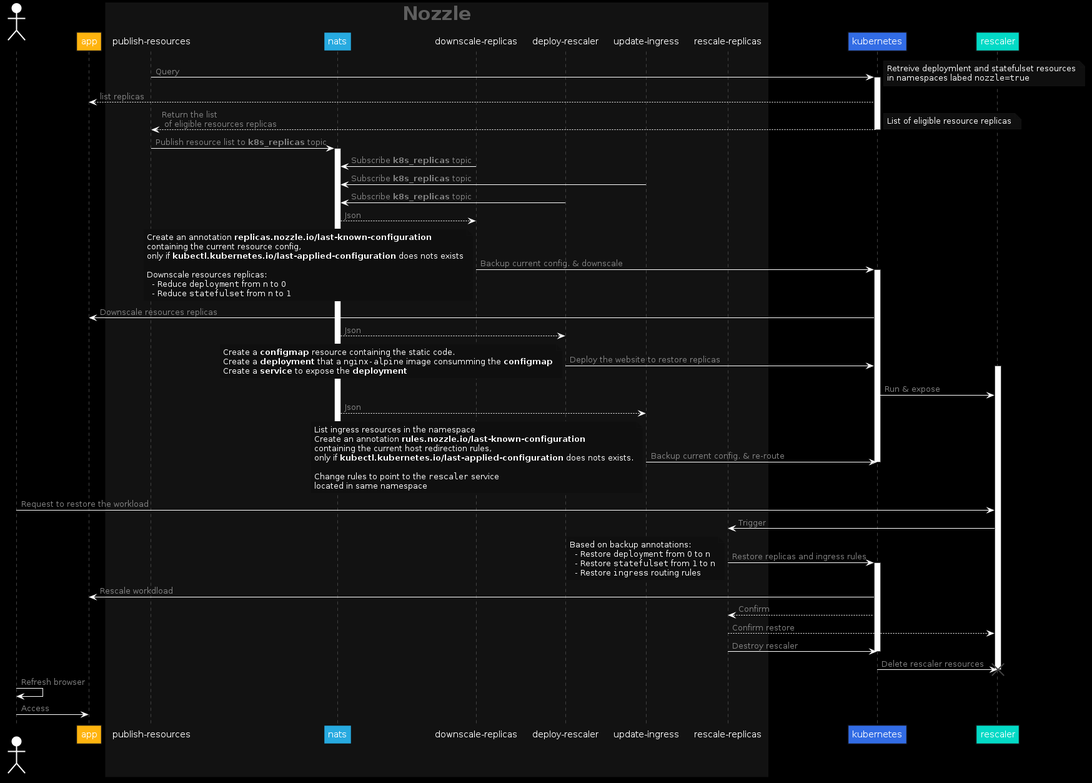
Earlier version of the PlantUML export docs/diagrams/nozzle/nozzle.png (fjudith/nozzle). Source of this version:
```plantuml
@startuml

skinparam backgroundColor #000000

skinparam shadowing false
skinparam NoteBackgroundColor #0F0F0F
skinparam NoteBorderColor #121212
skinparam NoteFontColor #FFFFFF

skinparam sequence {
  ArrowColor #FFFFFF
  ArrowFontColor #848484

  ActorBorderColor #FFFFFF
  ActorBackgroundColor #FFFFFF

  LifeLineBorderColor #424242

  BoxBorderColor #121212
  BoxPadding 12px 20px
  BoxFontColor #5E5E5E
  BoxFontSize 30

  ParticipantBorderColor #121212
  ParticipantBackgroundColor #121212
  ParticipantFontName Arial
  ParticipantFontColor #FFFFFF

}

actor "user"
participant "app" #FFB40F
box "Nozzle" #121212
  participant "publish-resources"
  participant "nats" #27AAE0
  participant "downscale-replicas"
  participant "deploy-rescaler"
  participant "update-ingress"
  participant "rescale-replicas"
end box
participant "kubernetes" #326CE5
participant "rescaler" #03DAC6

"publish-resources" -> "kubernetes": Query
activate "kubernetes"
note right
  Retreive deploymlent and statefulset resources
  in namespaces labed ""nozzle=true""
end note

"kubernetes" --> "app": list replicas

"kubernetes" --> "publish-resources": Return the list\n of eligible resources replicas
deactivate "kubernetes"
note right
   List of eligible resource replicas
end note

"publish-resources" -> "nats": Publish resource list to **k8s_replicas** topic
activate "nats"

"downscale-replicas" -> "nats": Subscribe **k8s_replicas** topic
"update-ingress" -> "nats": Subscribe **k8s_replicas** topic
"deploy-rescaler" -> "nats": Subscribe **k8s_replicas** topic

"nats" --> "downscale-replicas": Json
"downscale-replicas" -> "kubernetes": Backup current config. & downscale
activate "kubernetes"
note left
  Create an annotation **replicas.nozzle.io/last-known-configuration**
  containing the current resource config,
  only if **kubectl.kubernetes.io/last-applied-configuration** does nots exists

  Downscale resources replicas:
    - Reduce ""deployment"" from n to 0
    - Reduce ""statefulset"" from n to 1
end note
"kubernetes" -> "app": Downscale resources replicas


"nats" --> "deploy-rescaler": Json
"deploy-rescaler" -> "kubernetes": Deploy the website to restore replicas
activate "rescaler"
note left
  Create a **configmap** resource containing the static code.
  Create a **deployment** that a ""nginx-alpine"" image consumming the **configmap**
  Create a **service** to expose the **deployment**
end note
"kubernetes" -> "rescaler": Run & expose

"nats" --> "update-ingress": Json
"update-ingress" -> "kubernetes": Backup current config. & re-route
deactivate "nats"
deactivate "kubernetes"
note left
  List ingress resources in the namespace
  Create an annotation **rules.nozzle.io/last-known-configuration**
  containing the current host redirection rules,
  only if **kubectl.kubernetes.io/last-applied-configuration** does nots exists.

  Change rules to point to the ""rescaler"" service
  located in same namespace
end note

"user" -> "rescaler": Request to restore the workload

"rescaler" -> "rescale-replicas": Trigger
"rescale-replicas" -> "kubernetes": Restore replicas and ingress rules
activate "kubernetes"
note left
  Based on backup annotations:
    - Restore ""deployment"" from 0 to n
    - Restore ""statefulset"" from 1 to n
    - Restore ""ingress"" routing rules
end note
"kubernetes" -> "app": Rescale workdload
"kubernetes" --> "rescale-replicas": Confirm
"rescale-replicas" --> "rescaler": Confirm restore
"rescale-replicas" -> "kubernetes": Destroy rescaler
deactivate "kubernetes"
"kubernetes" -> "rescaler": Delete rescaler resources
destroy rescaler

"user" -> "user": Refresh browser
"user" -> "app": Access
@enduml
```
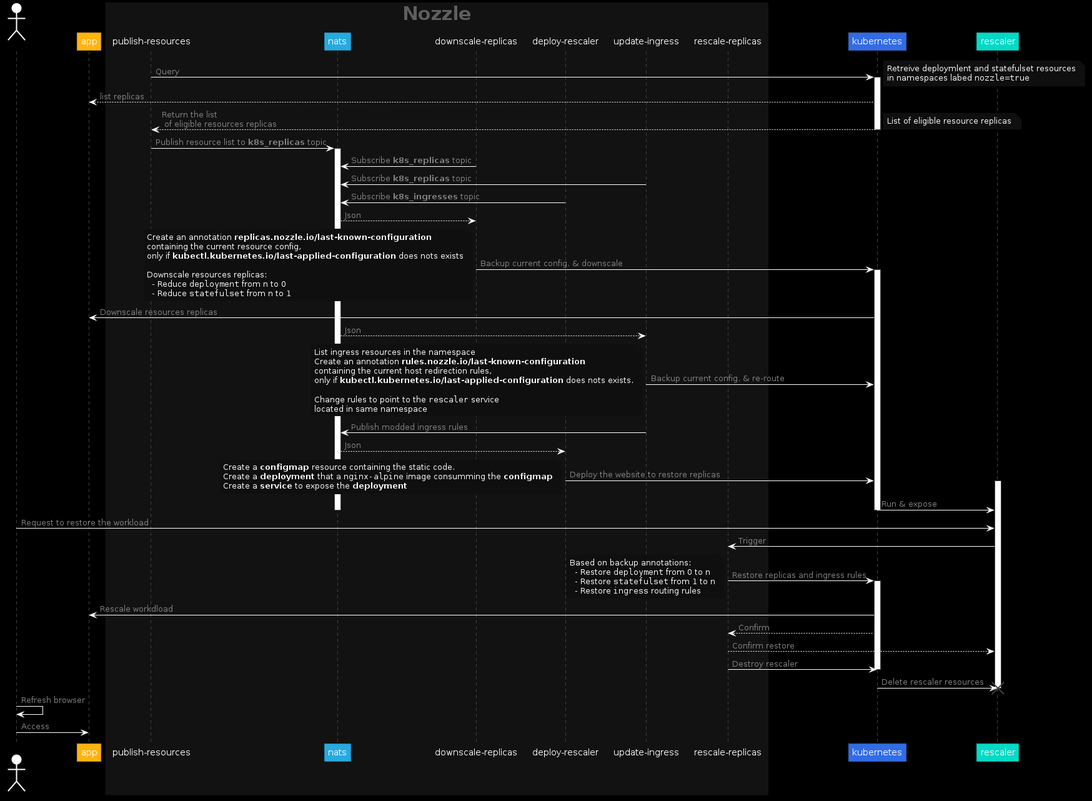
Above is the later version.

Commit message:
Fixed UML sequence for `deploy-rescaler`

The edit, as a diff of the source:
```diff
@@ -61,7 +61,7 @@
 
 "downscale-replicas" -> "nats": Subscribe **k8s_replicas** topic
 "update-ingress" -> "nats": Subscribe **k8s_replicas** topic
-"deploy-rescaler" -> "nats": Subscribe **k8s_replicas** topic
+"deploy-rescaler" -> "nats": Subscribe **k8s_ingresses** topic
 
 "nats" --> "downscale-replicas": Json
 "downscale-replicas" -> "kubernetes": Backup current config. & downscale
@@ -78,6 +78,19 @@
 "kubernetes" -> "app": Downscale resources replicas
 
 
+"nats" --> "update-ingress": Json
+"update-ingress" -> "kubernetes": Backup current config. & re-route
+note left
+  List ingress resources in the namespace
+  Create an annotation **rules.nozzle.io/last-known-configuration**
+  containing the current host redirection rules,
+  only if **kubectl.kubernetes.io/last-applied-configuration** does nots exists.
+
+  Change rules to point to the ""rescaler"" service
+  located in same namespace
+end note
+"update-ingress" -> "nats": Publish modded ingress rules
+
 "nats" --> "deploy-rescaler": Json
 "deploy-rescaler" -> "kubernetes": Deploy the website to restore replicas
 activate "rescaler"
@@ -87,20 +100,8 @@
   Create a **service** to expose the **deployment**
 end note
 "kubernetes" -> "rescaler": Run & expose
-
-"nats" --> "update-ingress": Json
-"update-ingress" -> "kubernetes": Backup current config. & re-route
 deactivate "nats"
 deactivate "kubernetes"
-note left
-  List ingress resources in the namespace
-  Create an annotation **rules.nozzle.io/last-known-configuration**
-  containing the current host redirection rules,
-  only if **kubectl.kubernetes.io/last-applied-configuration** does nots exists.
-
-  Change rules to point to the ""rescaler"" service
-  located in same namespace
-end note
 
 "user" -> "rescaler": Request to restore the workload
 
```
